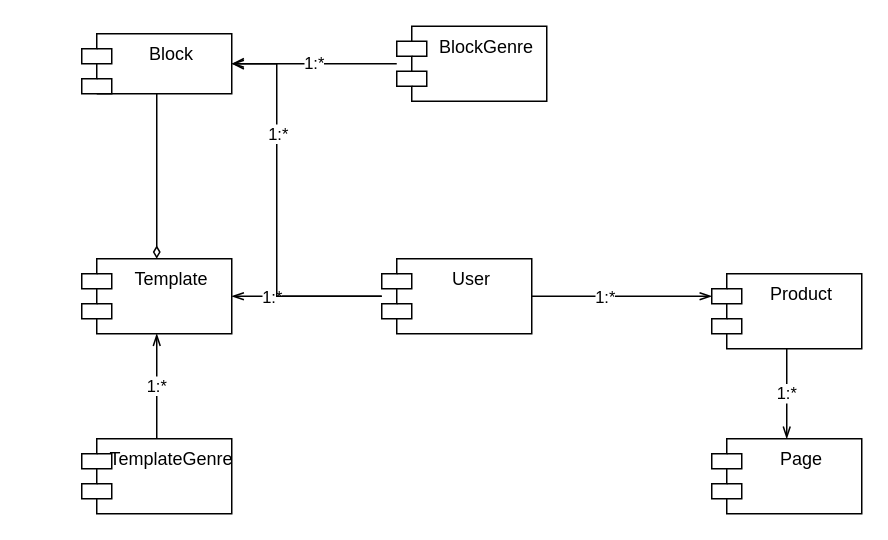
Above: page "领域模型" (1 of 2) of architect/lowcode.drawio in 643364103/design (draw.io), before the change. Source tidied: cells renumbered, new cells numbered last; positions are measured from the earlier drawing's top-left corner, leaving out a move shared by most shapes. Both pictures are drawn from the tidied source at 150%, with x=0, y=0 at pixel (81, 26).
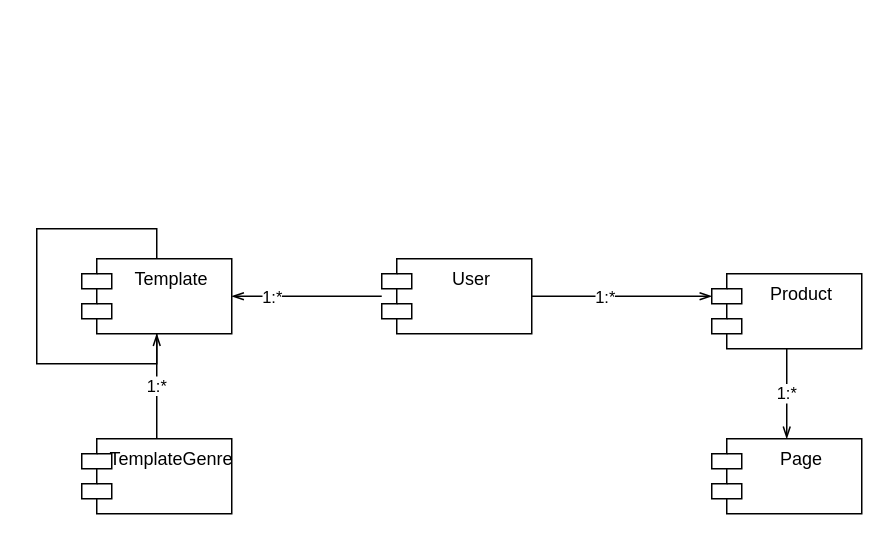
The same diagram, later.

Unchanged cells that the change refers to:
```xml
<mxCell id="8" value="User" style="shape=module;align=left;spacingLeft=20;align=center;verticalAlign=top;" parent="1" vertex="1">
  <mxGeometry x="200" y="155" width="100" height="50" as="geometry" />
</mxCell>
<mxCell id="12" value="Template" style="shape=module;align=left;spacingLeft=20;align=center;verticalAlign=top;" parent="1" vertex="1">
  <mxGeometry y="155" width="100" height="50" as="geometry" />
</mxCell>
```

Diff of the diagram source:
```diff
@@
-    <mxCell id="6" style="edgeStyle=orthogonalEdgeStyle;rounded=0;jettySize=auto;html=1;entryX=1;entryY=0.5;entryDx=0;entryDy=0;endArrow=open;endFill=0;" parent="1" edge="1" source="8" target="16">
-      <mxGeometry relative="1" as="geometry">
-        <Array as="points">
-          <mxPoint x="130" y="180" />
-          <mxPoint x="130" y="25" />
-        </Array>
-      </mxGeometry>
-    </mxCell>
-    <mxCell id="7" value="1:*" style="edgeLabel;html=1;align=center;verticalAlign=middle;" parent="6" vertex="1">
-      <mxGeometry x="0.4" relative="1" as="geometry" />
-    </mxCell>
@@
+    <mxCell id="19" style="edgeStyle=orthogonalEdgeStyle;rounded=0;orthogonalLoop=1;jettySize=auto;html=1;entryX=0.5;entryY=0;entryDx=0;entryDy=0;" parent="1" edge="1" source="12" target="12">
+      <mxGeometry relative="1" as="geometry">
+        <Array as="points">
+          <mxPoint x="50" y="135" />
+          <mxPoint x="-30" y="135" />
+          <mxPoint x="-30" y="225" />
+          <mxPoint x="50" y="225" />
+        </Array>
+      </mxGeometry>
+    </mxCell>
@@
-    <mxCell id="15" style="edgeStyle=orthogonalEdgeStyle;rounded=0;jettySize=auto;html=1;entryX=0.5;entryY=0;entryDx=0;entryDy=0;endArrow=diamondThin;endFill=0;" parent="1" edge="1" source="16" target="12">
-      <mxGeometry relative="1" as="geometry" />
-    </mxCell>
-    <mxCell id="16" value="Block" style="shape=module;align=left;spacingLeft=20;align=center;verticalAlign=top;" parent="1" vertex="1">
-      <mxGeometry y="5" width="100" height="40" as="geometry" />
-    </mxCell>
-    <mxCell id="17" value="1:*" style="edgeStyle=orthogonalEdgeStyle;rounded=0;jettySize=auto;html=1;entryX=1;entryY=0.5;entryDx=0;entryDy=0;endArrow=openThin;endFill=0;" parent="1" edge="1" source="18" target="16">
-      <mxGeometry relative="1" as="geometry" />
-    </mxCell>
-    <mxCell id="18" value="BlockGenre" style="shape=module;align=left;spacingLeft=20;align=center;verticalAlign=top;" parent="1" vertex="1">
-      <mxGeometry x="210" width="100" height="50" as="geometry" />
-    </mxCell>
```
